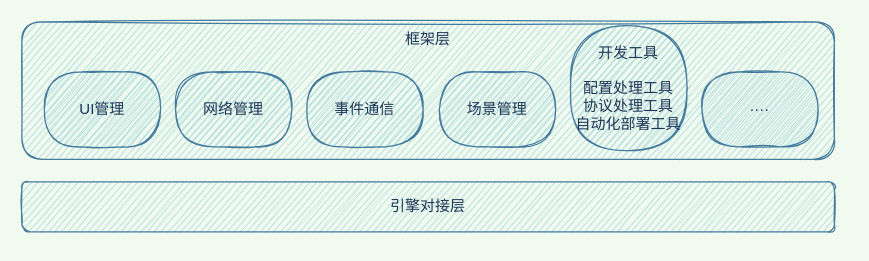
Earlier version of the draw.io diagram designs/FrameworkDesign.drawio (AILHC/EasyGameFrameworkOpen). Source tidied: cells renumbered, new cells numbered last; positions are measured from the earlier drawing's top-left corner, leaving out a move shared by most shapes. Both pictures are drawn from the tidied source at 125%, with x=0, y=0 at pixel (21, 21).
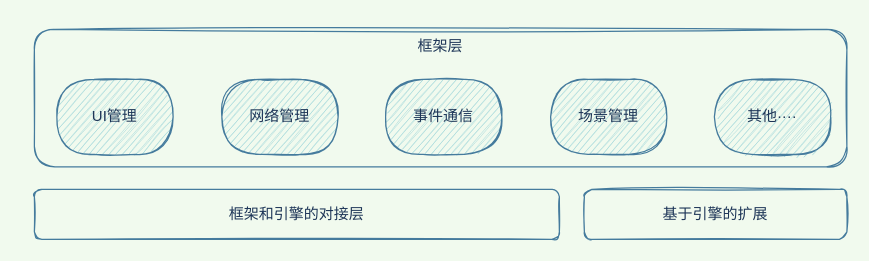
After the change.

The edit, as a diff of the source:
```diff
@@
 <mxGraphModel background="#F1FAEE">
   <root>
     <mxCell id="0" />
     <mxCell id="1" parent="0" />
-    <mxCell id="2" value="引擎对接层" style="rounded=1;whiteSpace=wrap;html=1;sketch=1;fillColor=#A8DADC;strokeColor=#457B9D;fontColor=#1D3557;" parent="1" vertex="1">
-      <mxGeometry y="128" width="650" height="40" as="geometry" />
-    </mxCell>
-    <mxCell id="3" style="group;sketch=1;fontColor=#1D3557;" parent="1" vertex="1">
-      <mxGeometry width="650" height="110" as="geometry" />
-    </mxCell>
+    <mxCell id="10" value="框架和引擎的对接层" style="rounded=1;whiteSpace=wrap;html=1;sketch=1;strokeColor=#457B9D;fontColor=#1D3557;fillColor=none;" parent="1" vertex="1">
+      <mxGeometry x="10" y="134" width="420" height="40" as="geometry" />
+    </mxCell>
+    <mxCell id="11" style="group;sketch=1;fontColor=#1D3557;fillStyle=auto;gradientDirection=north;" parent="1" vertex="1">
+      <mxGeometry x="10" y="6" width="650" height="110" as="geometry" />
+    </mxCell>
-    <mxCell id="4" value="框架层" style="rounded=1;whiteSpace=wrap;html=1;horizontal=1;verticalAlign=top;sketch=1;fillColor=#A8DADC;strokeColor=#457B9D;fontColor=#1D3557;" parent="3" vertex="1">
+    <mxCell id="4" value="框架层" style="rounded=1;whiteSpace=wrap;html=1;horizontal=1;verticalAlign=top;sketch=1;fillColor=none;strokeColor=#457B9D;fontColor=#1D3557;" parent="11" vertex="1">
       <mxGeometry width="650" height="110" as="geometry" />
     </mxCell>
-    <mxCell id="5" value="UI管理" style="rounded=1;whiteSpace=wrap;html=1;arcSize=50;sketch=1;fillColor=#A8DADC;strokeColor=#457B9D;fontColor=#1D3557;" parent="3" vertex="1">
+    <mxCell id="5" value="UI管理" style="rounded=1;whiteSpace=wrap;html=1;arcSize=50;sketch=1;fillColor=#A8DADC;strokeColor=#457B9D;fontColor=#1D3557;" parent="11" vertex="1">
       <mxGeometry x="18" y="40" width="93" height="60" as="geometry" />
     </mxCell>
-    <mxCell id="6" value="网络管理" style="rounded=1;whiteSpace=wrap;html=1;arcSize=50;sketch=1;fillColor=#A8DADC;strokeColor=#457B9D;fontColor=#1D3557;" parent="3" vertex="1">
-      <mxGeometry x="123" y="40" width="93" height="60" as="geometry" />
+    <mxCell id="6" value="网络管理" style="rounded=1;whiteSpace=wrap;html=1;arcSize=50;sketch=1;fillColor=#A8DADC;strokeColor=#457B9D;fontColor=#1D3557;" parent="11" vertex="1">
+      <mxGeometry x="150" y="40" width="93" height="60" as="geometry" />
     </mxCell>
-    <mxCell id="7" value="事件通信" style="rounded=1;whiteSpace=wrap;html=1;arcSize=50;sketch=1;fillColor=#A8DADC;strokeColor=#457B9D;fontColor=#1D3557;" parent="3" vertex="1">
-      <mxGeometry x="228" y="40" width="93" height="60" as="geometry" />
+    <mxCell id="7" value="事件通信" style="rounded=1;whiteSpace=wrap;html=1;arcSize=50;sketch=1;fillColor=#A8DADC;strokeColor=#457B9D;fontColor=#1D3557;" parent="11" vertex="1">
+      <mxGeometry x="281" y="40" width="93" height="60" as="geometry" />
     </mxCell>
-    <mxCell id="8" value="场景管理" style="rounded=1;whiteSpace=wrap;html=1;arcSize=50;sketch=1;fillColor=#A8DADC;strokeColor=#457B9D;fontColor=#1D3557;" parent="3" vertex="1">
-      <mxGeometry x="334" y="40" width="93" height="60" as="geometry" />
+    <mxCell id="8" value="场景管理" style="rounded=1;whiteSpace=wrap;html=1;arcSize=50;sketch=1;fillColor=#A8DADC;strokeColor=#457B9D;fontColor=#1D3557;" parent="11" vertex="1">
+      <mxGeometry x="413" y="40" width="93" height="60" as="geometry" />
     </mxCell>
-    <mxCell id="9" value="&lt;div&gt;开发工具&lt;/div&gt;&lt;div&gt;&lt;br&gt;&lt;/div&gt;&lt;div&gt;配置处理工具&lt;/div&gt;&lt;div&gt;协议处理工具&lt;/div&gt;&lt;div&gt;自动化部署工具&lt;/div&gt;" style="rounded=1;whiteSpace=wrap;html=1;arcSize=50;sketch=1;fillColor=#A8DADC;strokeColor=#457B9D;fontColor=#1D3557;" parent="3" vertex="1">
-      <mxGeometry x="439" y="3" width="93" height="100" as="geometry" />
-    </mxCell>
-    <mxCell id="10" value="····" style="rounded=1;whiteSpace=wrap;html=1;arcSize=50;sketch=1;fillColor=#A8DADC;strokeColor=#457B9D;fontColor=#1D3557;" parent="3" vertex="1">
-      <mxGeometry x="544" y="40" width="93" height="60" as="geometry" />
-    </mxCell>
+    <mxCell id="12" value="其他····" style="rounded=1;whiteSpace=wrap;html=1;arcSize=50;sketch=1;fillColor=#A8DADC;strokeColor=#457B9D;fontColor=#1D3557;" parent="11" vertex="1">
+      <mxGeometry x="544" y="40" width="93" height="60" as="geometry" />
+    </mxCell>
+    <mxCell id="13" value="基于引擎的扩展" style="rounded=1;whiteSpace=wrap;html=1;sketch=1;strokeColor=#457B9D;fontColor=#1D3557;fillColor=none;" parent="1" vertex="1">
+      <mxGeometry x="450" y="134" width="210" height="40" as="geometry" />
+    </mxCell>
   </root>
 </mxGraphModel>
```
